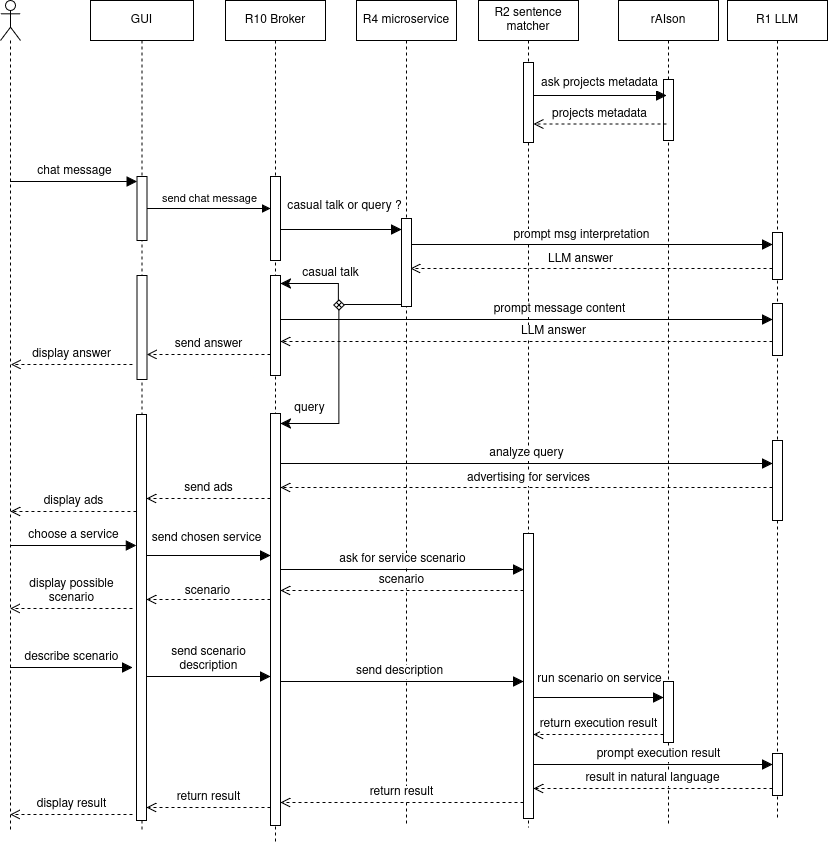
Earlier version of the draw.io export Sequence_AOSE.png (truite-codeuse/aose-2025). Source tidied: cells renumbered, new cells last; positions are measured from the earlier drawing's top-left corner, leaving out a move shared by most shapes.
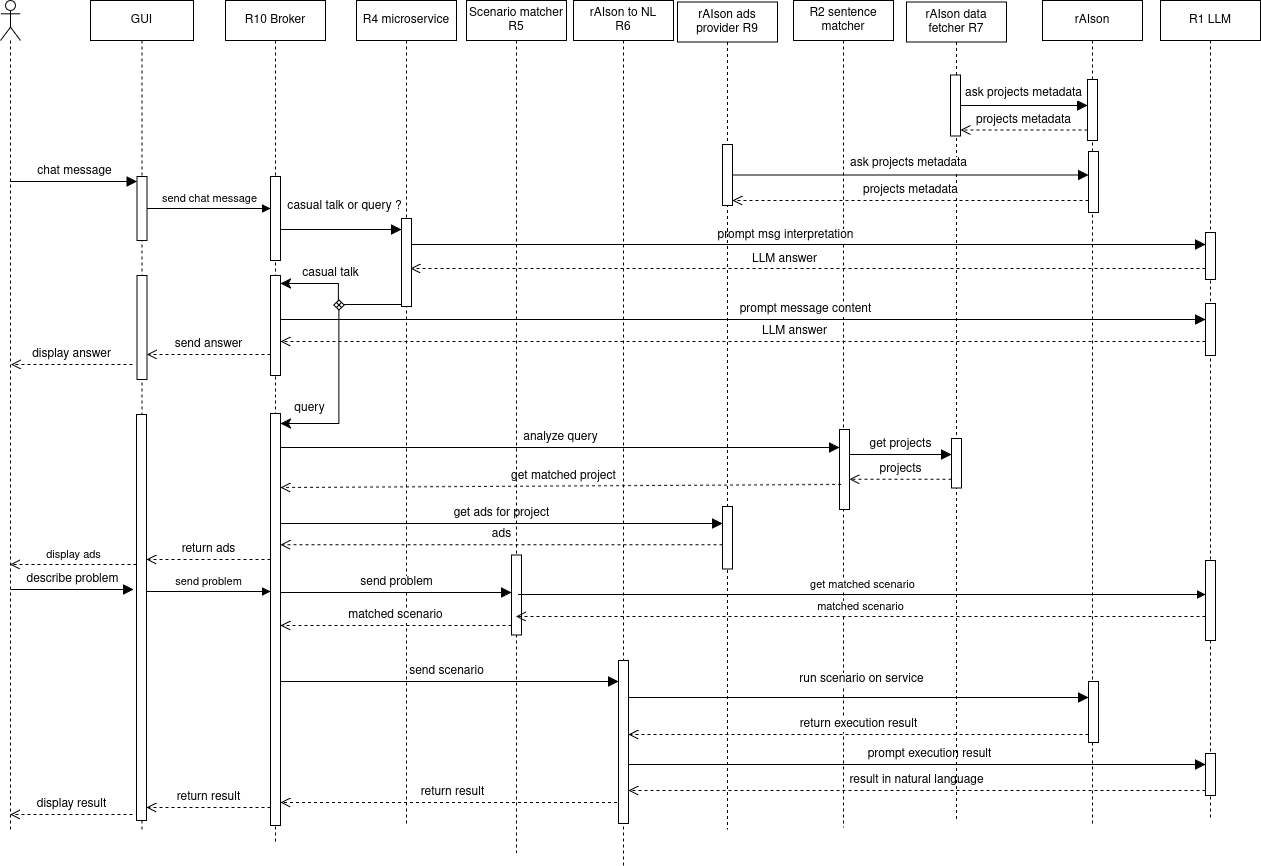
After the change.

Commit message:
doc(all): update to docs with missing R11 and diagram

Diff of the diagram source:
```diff
@@ -38,12 +38,9 @@
     <mxCell id="11" value="R2 sentence matcher" style="shape=umlLifeline;perimeter=lifelinePerimeter;whiteSpace=wrap;html=1;newEdgeStyle={&quot;curved&quot;:0,&quot;rounded&quot;:0};" parent="1" vertex="1">
-      <mxGeometry x="478" width="100" height="827" as="geometry" />
+      <mxGeometry x="793" width="100" height="827" as="geometry" />
     </mxCell>
-    <mxCell id="12" style="html=1;perimeter=orthogonalPerimeter;targetShapes=umlLifeline;newEdgeStyle={&quot;curved&quot;:0,&quot;rounded&quot;:0};" parent="11" vertex="1">
-      <mxGeometry x="45" y="62" width="10" height="80" as="geometry" />
-    </mxCell>
-    <mxCell id="13" style="html=1;points=[[0,0,0,0,5],[0,1,0,0,-5],[1,0,0,0,5],[1,1,0,0,-5]];perimeter=orthogonalPerimeter;outlineConnect=0;targetShapes=umlLifeline;portConstraint=eastwest;newEdgeStyle={&quot;curved&quot;:0,&quot;rounded&quot;:0};" parent="11" vertex="1">
-      <mxGeometry x="45" y="533" width="10" height="285" as="geometry" />
-    </mxCell>
+    <mxCell id="61" style="html=1;points=[[0,0,0,0,5],[0,1,0,0,-5],[1,0,0,0,5],[1,1,0,0,-5]];perimeter=orthogonalPerimeter;outlineConnect=0;targetShapes=umlLifeline;portConstraint=eastwest;newEdgeStyle={&quot;curved&quot;:0,&quot;rounded&quot;:0};" parent="11" vertex="1">
+      <mxGeometry x="46" y="429" width="10" height="80" as="geometry" />
+    </mxCell>
     <mxCell id="14" value="rAIson" style="shape=umlLifeline;perimeter=lifelinePerimeter;whiteSpace=wrap;html=1;newEdgeStyle={&quot;curved&quot;:0,&quot;rounded&quot;:0};" parent="1" vertex="1">
-      <mxGeometry x="618" width="100" height="825" as="geometry" />
+      <mxGeometry x="1042" width="100" height="825" as="geometry" />
     </mxCell>
@@ -53,9 +50,9 @@
     <mxCell id="16" style="html=1;points=[[0,0,0,0,5],[0,1,0,0,-5],[1,0,0,0,5],[1,1,0,0,-5]];perimeter=orthogonalPerimeter;outlineConnect=0;targetShapes=umlLifeline;portConstraint=eastwest;newEdgeStyle={&quot;curved&quot;:0,&quot;rounded&quot;:0};" parent="14" vertex="1">
-      <mxGeometry x="45" y="681" width="10" height="61" as="geometry" />
+      <mxGeometry x="46" y="681" width="10" height="61" as="geometry" />
     </mxCell>
+    <mxCell id="62" style="html=1;points=[[0,0,0,0,5],[0,1,0,0,-5],[1,0,0,0,5],[1,1,0,0,-5]];perimeter=orthogonalPerimeter;outlineConnect=0;targetShapes=umlLifeline;portConstraint=eastwest;newEdgeStyle={&quot;curved&quot;:0,&quot;rounded&quot;:0};" parent="14" vertex="1">
+      <mxGeometry x="46" y="151" width="10" height="61" as="geometry" />
+    </mxCell>
-    <mxCell id="17" value="ask projects metadata" style="html=1;verticalAlign=bottom;endArrow=block;curved=0;rounded=0;fontSize=12;startSize=8;endSize=8;" parent="1" edge="1">
-      <mxGeometry x="-0.01" y="2" relative="1" as="geometry">
-        <mxPoint x="533" y="95" as="sourcePoint" />
-        <mxPoint x="666" y="95" as="targetPoint" />
-      </mxGeometry>
+    <mxCell id="17" value="ask projects metadata" style="html=1;verticalAlign=bottom;endArrow=block;curved=0;rounded=0;fontSize=12;startSize=8;endSize=8;" parent="1" edge="1" source="65" target="15">
+      <mxGeometry x="-0.01" y="2" relative="1" as="geometry" />
     </mxCell>
@@ -63,4 +60,4 @@
       <mxGeometry relative="1" as="geometry">
-        <mxPoint x="666" y="123.5" as="sourcePoint" />
-        <mxPoint x="533" y="123.5" as="targetPoint" />
+        <mxPoint x="1087" y="129.5" as="sourcePoint" />
+        <mxPoint x="960" y="129.5" as="targetPoint" />
       </mxGeometry>
@@ -79,3 +76,3 @@
     <mxCell id="21" value="R1 LLM" style="shape=umlLifeline;perimeter=lifelinePerimeter;whiteSpace=wrap;html=1;newEdgeStyle={&quot;curved&quot;:0,&quot;rounded&quot;:0};" parent="1" vertex="1">
-      <mxGeometry x="727" width="100" height="820" as="geometry" />
+      <mxGeometry x="1160" width="100" height="820" as="geometry" />
     </mxCell>
@@ -90,5 +87,5 @@
     </mxCell>
-    <mxCell id="25" style="html=1;points=[[0,0,0,0,5],[0,1,0,0,-5],[1,0,0,0,5],[1,1,0,0,-5]];perimeter=orthogonalPerimeter;outlineConnect=0;targetShapes=umlLifeline;portConstraint=eastwest;newEdgeStyle={&quot;curved&quot;:0,&quot;rounded&quot;:0};" parent="21" vertex="1">
-      <mxGeometry x="45" y="440" width="10" height="80" as="geometry" />
-    </mxCell>
+    <mxCell id="63" style="html=1;perimeter=orthogonalPerimeter;targetShapes=umlLifeline;newEdgeStyle={&quot;curved&quot;:0,&quot;rounded&quot;:0};" parent="21" vertex="1">
+      <mxGeometry x="45" y="560" width="10" height="80" as="geometry" />
+    </mxCell>
     <mxCell id="26" value="prompt message content" style="html=1;verticalAlign=bottom;endArrow=block;curved=0;rounded=0;fontSize=12;startSize=8;endSize=8;" parent="1" edge="1" target="22">
@@ -128,8 +125,8 @@
     </mxCell>
-    <mxCell id="33" value="analyze query" style="html=1;verticalAlign=bottom;endArrow=block;curved=0;rounded=0;fontSize=12;startSize=8;endSize=8;" parent="1" edge="1" target="25">
+    <mxCell id="33" value="analyze query" style="html=1;verticalAlign=bottom;endArrow=block;curved=0;rounded=0;fontSize=12;startSize=8;endSize=8;" parent="1" edge="1" target="61">
       <mxGeometry relative="1" as="geometry">
-        <mxPoint x="280" y="463" as="sourcePoint" />
+        <mxPoint x="280" y="447" as="sourcePoint" />
       </mxGeometry>
     </mxCell>
-    <mxCell id="34" value="advertising for services" style="html=1;verticalAlign=bottom;endArrow=open;dashed=1;endSize=8;curved=0;rounded=0;fontSize=12;" parent="1" edge="1" source="25">
+    <mxCell id="34" value="get matched project" style="html=1;verticalAlign=bottom;endArrow=open;dashed=1;endSize=8;curved=0;rounded=0;fontSize=12;exitX=0.157;exitY=0.686;exitDx=0;exitDy=0;exitPerimeter=0;" parent="1" edge="1" source="61">
       <mxGeometry x="-0.01" y="1" relative="1" as="geometry">
@@ -138,23 +135,8 @@
     </mxCell>
-    <mxCell id="35" value="display ads" style="html=1;verticalAlign=bottom;endArrow=open;dashed=1;endSize=8;curved=0;rounded=0;fontSize=12;" parent="1" edge="1" source="5">
-      <mxGeometry relative="1" as="geometry">
-        <mxPoint x="9.8" y="511" as="targetPoint" />
-        <Array as="points">
-          <mxPoint x="74" y="511" />
-        </Array>
-      </mxGeometry>
-    </mxCell>
-    <mxCell id="36" value="choose a service" style="html=1;verticalAlign=bottom;endArrow=block;curved=0;rounded=0;fontSize=12;startSize=8;endSize=8;entryX=0;entryY=0.35;entryDx=0;entryDy=0;entryPerimeter=0;" parent="1" edge="1">
-      <mxGeometry relative="1" as="geometry">
-        <mxPoint x="9.5" y="545" as="sourcePoint" />
-        <mxPoint x="136" y="545.1" as="targetPoint" />
-        <Array as="points">
-          <mxPoint x="79" y="545" />
-        </Array>
-      </mxGeometry>
-    </mxCell>
-    <mxCell id="37" value="ask for service scenario" style="html=1;verticalAlign=bottom;endArrow=block;curved=0;rounded=0;fontSize=12;startSize=8;endSize=8;" parent="1" edge="1" source="53" target="13">
+    <mxCell id="37" value="send problem" style="html=1;verticalAlign=bottom;endArrow=block;curved=0;rounded=0;fontSize=12;startSize=8;endSize=8;" parent="1" edge="1">
       <mxGeometry relative="1" as="geometry">
+        <mxPoint x="280" y="592" as="sourcePoint" />
+        <mxPoint x="511" y="592" as="targetPoint" />
         <Array as="points">
-          <mxPoint x="422" y="569" />
+          <mxPoint x="438" y="592" />
         </Array>
@@ -162,6 +144,8 @@
     </mxCell>
-    <mxCell id="38" value="scenario" style="html=1;verticalAlign=bottom;endArrow=open;dashed=1;endSize=8;curved=0;rounded=0;fontSize=12;" parent="1" edge="1" source="13" target="53">
+    <mxCell id="38" value="matched scenario" style="html=1;verticalAlign=bottom;endArrow=open;dashed=1;endSize=8;curved=0;rounded=0;fontSize=12;" parent="1" edge="1">
       <mxGeometry relative="1" as="geometry">
+        <mxPoint x="511" y="625" as="sourcePoint" />
+        <mxPoint x="280" y="625" as="targetPoint" />
         <Array as="points">
-          <mxPoint x="416" y="590" />
+          <mxPoint x="416" y="625" />
         </Array>
@@ -169,17 +153,8 @@
     </mxCell>
-    <mxCell id="39" value="display possible&lt;br&gt;scenario" style="html=1;verticalAlign=bottom;endArrow=open;dashed=1;endSize=8;curved=0;rounded=0;fontSize=12;" parent="1" edge="1">
-      <mxGeometry relative="1" as="geometry">
-        <mxPoint x="132" y="608" as="sourcePoint" />
-        <mxPoint x="9.5" y="608" as="targetPoint" />
-        <Array as="points">
-          <mxPoint x="71" y="608" />
-        </Array>
-      </mxGeometry>
-    </mxCell>
-    <mxCell id="40" value="describe scenario" style="html=1;verticalAlign=bottom;endArrow=block;curved=0;rounded=0;fontSize=12;startSize=8;endSize=8;" parent="1" edge="1">
+    <mxCell id="40" value="describe problem" style="html=1;verticalAlign=bottom;endArrow=block;curved=0;rounded=0;fontSize=12;startSize=8;endSize=8;" parent="1" edge="1">
       <mxGeometry relative="1" as="geometry">
-        <mxPoint x="9.5" y="667" as="sourcePoint" />
-        <mxPoint x="132" y="667" as="targetPoint" />
+        <mxPoint x="10.5" y="589" as="sourcePoint" />
+        <mxPoint x="133" y="589" as="targetPoint" />
         <Array as="points">
-          <mxPoint x="74" y="667" />
+          <mxPoint x="75" y="589" />
         </Array>
@@ -187,3 +162,3 @@
     </mxCell>
-    <mxCell id="41" value="send description" style="html=1;verticalAlign=bottom;endArrow=block;curved=0;rounded=0;fontSize=12;startSize=8;endSize=8;" parent="1" edge="1" target="13">
+    <mxCell id="41" value="send scenario" style="html=1;verticalAlign=bottom;endArrow=block;curved=0;rounded=0;fontSize=12;startSize=8;endSize=8;" parent="1" edge="1" target="79">
       <mxGeometry relative="1" as="geometry">
@@ -195,6 +170,6 @@
     </mxCell>
-    <mxCell id="42" value="run scenario on service" style="html=1;verticalAlign=bottom;endArrow=block;curved=0;rounded=0;fontSize=12;startSize=8;endSize=8;" parent="1" edge="1" source="13" target="16">
+    <mxCell id="42" value="run scenario on service" style="html=1;verticalAlign=bottom;endArrow=block;curved=0;rounded=0;fontSize=12;startSize=8;endSize=8;" parent="1" edge="1" source="78" target="16">
       <mxGeometry x="0.02" y="8" relative="1" as="geometry">
         <Array as="points">
-          <mxPoint x="641" y="697" />
+          <mxPoint x="957" y="697" />
         </Array>
@@ -202,6 +177,6 @@
     </mxCell>
-    <mxCell id="43" value="return execution result" style="html=1;verticalAlign=bottom;endArrow=open;dashed=1;endSize=8;curved=0;rounded=0;fontSize=12;" parent="1" edge="1" source="16" target="13">
+    <mxCell id="43" value="return execution result" style="html=1;verticalAlign=bottom;endArrow=open;dashed=1;endSize=8;curved=0;rounded=0;fontSize=12;" parent="1" edge="1" source="16" target="79">
       <mxGeometry relative="1" as="geometry">
         <Array as="points">
-          <mxPoint x="635" y="734" />
+          <mxPoint x="951" y="734" />
         </Array>
@@ -209,3 +184,3 @@
     </mxCell>
-    <mxCell id="44" value="return result" style="html=1;verticalAlign=bottom;endArrow=open;dashed=1;endSize=8;curved=0;rounded=0;fontSize=12;" parent="1" edge="1" source="13" target="53">
+    <mxCell id="44" value="return result" style="html=1;verticalAlign=bottom;endArrow=open;dashed=1;endSize=8;curved=0;rounded=0;fontSize=12;" parent="1" edge="1" source="78" target="53">
       <mxGeometry relative="1" as="geometry">
@@ -237,6 +212,6 @@
     </mxCell>
-    <mxCell id="48" value="prompt execution result" style="html=1;verticalAlign=bottom;endArrow=block;curved=0;rounded=0;fontSize=12;startSize=8;endSize=8;" parent="1" edge="1" source="13" target="24">
+    <mxCell id="48" value="prompt execution result" style="html=1;verticalAlign=bottom;endArrow=block;curved=0;rounded=0;fontSize=12;startSize=8;endSize=8;" parent="1" edge="1" source="79" target="24">
       <mxGeometry x="0.04" relative="1" as="geometry">
         <Array as="points">
-          <mxPoint x="735" y="764" />
+          <mxPoint x="1051" y="764" />
         </Array>
@@ -244,7 +219,4 @@
     </mxCell>
-    <mxCell id="49" value="result in natural language" style="html=1;verticalAlign=bottom;endArrow=open;dashed=1;endSize=8;curved=0;rounded=0;fontSize=12;" parent="1" edge="1">
-      <mxGeometry relative="1" as="geometry">
-        <mxPoint x="772" y="788" as="sourcePoint" />
-        <mxPoint x="533" y="788" as="targetPoint" />
-      </mxGeometry>
+    <mxCell id="49" value="result in natural language" style="html=1;verticalAlign=bottom;endArrow=open;dashed=1;endSize=8;curved=0;rounded=0;fontSize=12;exitX=0;exitY=1;exitDx=0;exitDy=-5;exitPerimeter=0;" parent="1" edge="1" source="24" target="79">
+      <mxGeometry relative="1" as="geometry" />
     </mxCell>
@@ -271,6 +243,63 @@
     </mxCell>
+    <mxCell id="60" value="return result" style="html=1;verticalAlign=bottom;endArrow=open;dashed=1;endSize=8;curved=0;rounded=0;fontSize=12;" parent="1" edge="1">
+      <mxGeometry relative="1" as="geometry">
+        <mxPoint x="270" y="807" as="sourcePoint" />
+        <mxPoint x="146" y="807" as="targetPoint" />
+        <Array as="points">
+          <mxPoint x="254.5" y="807" />
+        </Array>
+      </mxGeometry>
+    </mxCell>
+    <mxCell id="64" value="rAIson data&lt;br&gt;fetcher R7" style="shape=umlLifeline;perimeter=lifelinePerimeter;whiteSpace=wrap;html=1;newEdgeStyle={&quot;curved&quot;:0,&quot;rounded&quot;:0};" parent="1" vertex="1">
+      <mxGeometry x="906" y="1.5" width="100" height="817" as="geometry" />
+    </mxCell>
+    <mxCell id="65" style="html=1;points=[[0,0,0,0,5],[0,1,0,0,-5],[1,0,0,0,5],[1,1,0,0,-5]];perimeter=orthogonalPerimeter;outlineConnect=0;targetShapes=umlLifeline;portConstraint=eastwest;newEdgeStyle={&quot;curved&quot;:0,&quot;rounded&quot;:0};" parent="64" vertex="1">
+      <mxGeometry x="44" y="73" width="10" height="61" as="geometry" />
+    </mxCell>
+    <mxCell id="66" style="html=1;perimeter=orthogonalPerimeter;targetShapes=umlLifeline;newEdgeStyle={&quot;curved&quot;:0,&quot;rounded&quot;:0};" parent="64" vertex="1">
+      <mxGeometry x="45" y="436.5" width="10" height="49.5" as="geometry" />
+    </mxCell>
+    <mxCell id="67" value="get projects" style="html=1;verticalAlign=bottom;endArrow=block;curved=0;rounded=0;fontSize=12;startSize=8;endSize=8;" parent="1" edge="1">
+      <mxGeometry relative="1" as="geometry">
+        <mxPoint x="849" y="454" as="sourcePoint" />
+        <mxPoint x="951" y="454" as="targetPoint" />
+      </mxGeometry>
+    </mxCell>
+    <mxCell id="68" value="projects" style="html=1;verticalAlign=bottom;endArrow=open;dashed=1;endSize=8;curved=0;rounded=0;fontSize=12;" parent="1" edge="1">
+      <mxGeometry relative="1" as="geometry">
+        <mxPoint x="951" y="478.8" as="sourcePoint" />
+        <mxPoint x="849" y="478.8" as="targetPoint" />
+      </mxGeometry>
+    </mxCell>
+    <mxCell id="69" value="rAIson ads&lt;br&gt;provider R9" style="shape=umlLifeline;perimeter=lifelinePerimeter;whiteSpace=wrap;html=1;newEdgeStyle={&quot;curved&quot;:0,&quot;rounded&quot;:0};" parent="1" vertex="1">
+      <mxGeometry x="677" y="1.5" width="100" height="827.5" as="geometry" />
+    </mxCell>
+    <mxCell id="70" style="html=1;perimeter=orthogonalPerimeter;targetShapes=umlLifeline;newEdgeStyle={&quot;curved&quot;:0,&quot;rounded&quot;:0};" parent="69" vertex="1">
+      <mxGeometry x="45" y="504.5" width="10" height="62.5" as="geometry" />
+    </mxCell>
+    <mxCell id="71" style="html=1;points=[[0,0,0,0,5],[0,1,0,0,-5],[1,0,0,0,5],[1,1,0,0,-5]];perimeter=orthogonalPerimeter;outlineConnect=0;targetShapes=umlLifeline;portConstraint=eastwest;newEdgeStyle={&quot;curved&quot;:0,&quot;rounded&quot;:0};" parent="69" vertex="1">
+      <mxGeometry x="45" y="142.5" width="10" height="61" as="geometry" />
+    </mxCell>
+    <mxCell id="72" value="ask projects metadata" style="html=1;verticalAlign=bottom;endArrow=block;curved=0;rounded=0;fontSize=12;startSize=8;endSize=8;" parent="1" edge="1" source="71" target="62">
+      <mxGeometry x="-0.01" y="2" relative="1" as="geometry" />
+    </mxCell>
+    <mxCell id="73" value="projects metadata" style="html=1;verticalAlign=bottom;endArrow=open;dashed=1;endSize=8;curved=0;rounded=0;fontSize=12;entryX=1;entryY=1;entryDx=0;entryDy=-5;entryPerimeter=0;" parent="1" edge="1" source="62" target="71">
+      <mxGeometry relative="1" as="geometry" />
+    </mxCell>
+    <mxCell id="74" value="get ads for project" style="html=1;verticalAlign=bottom;endArrow=block;curved=0;rounded=0;fontSize=12;startSize=8;endSize=8;" parent="1" edge="1">
+      <mxGeometry relative="1" as="geometry">
+        <mxPoint x="280" y="523" as="sourcePoint" />
+        <mxPoint x="722" y="523" as="targetPoint" />
+      </mxGeometry>
+    </mxCell>
+    <mxCell id="75" value="ads" style="html=1;verticalAlign=bottom;endArrow=open;dashed=1;endSize=8;curved=0;rounded=0;fontSize=12;" parent="1" edge="1">
+      <mxGeometry relative="1" as="geometry">
+        <mxPoint x="722" y="544.2" as="sourcePoint" />
+        <mxPoint x="280" y="544.2" as="targetPoint" />
+      </mxGeometry>
+    </mxCell>
-    <mxCell id="56" value="send ads" style="html=1;verticalAlign=bottom;endArrow=open;dashed=1;endSize=8;curved=0;rounded=0;fontSize=12;" parent="1" edge="1" source="53" target="5">
+    <mxCell id="56" value="return ads" style="html=1;verticalAlign=bottom;endArrow=open;dashed=1;endSize=8;curved=0;rounded=0;fontSize=12;" parent="1" edge="1" source="53" target="5">
       <mxGeometry relative="1" as="geometry">
         <Array as="points">
-          <mxPoint x="203" y="498" />
+          <mxPoint x="210" y="559" />
         </Array>
@@ -278,6 +307,39 @@
     </mxCell>
+    <mxCell id="76" value="Scenario matcher&lt;br&gt;R5" style="shape=umlLifeline;perimeter=lifelinePerimeter;whiteSpace=wrap;html=1;newEdgeStyle={&quot;curved&quot;:0,&quot;rounded&quot;:0};" parent="1" vertex="1">
+      <mxGeometry x="466" width="100" height="852.5" as="geometry" />
+    </mxCell>
+    <mxCell id="77" style="html=1;perimeter=orthogonalPerimeter;targetShapes=umlLifeline;newEdgeStyle={&quot;curved&quot;:0,&quot;rounded&quot;:0};" parent="76" vertex="1">
+      <mxGeometry x="45" y="554.5" width="10" height="80" as="geometry" />
+    </mxCell>
+    <mxCell id="78" value="rAIson to NL&lt;br&gt;R6" style="shape=umlLifeline;perimeter=lifelinePerimeter;whiteSpace=wrap;html=1;outlineConnect=0;portConstraint=eastwest;newEdgeStyle={&quot;curved&quot;:0,&quot;rounded&quot;:0};" parent="1" vertex="1">
+      <mxGeometry x="573" width="100" height="865" as="geometry" />
+    </mxCell>
+    <mxCell id="79" style="html=1;points=[[0,0,0,0,5],[0,1,0,0,-5],[1,0,0,0,5],[1,1,0,0,-5]];perimeter=orthogonalPerimeter;outlineConnect=0;targetShapes=umlLifeline;portConstraint=eastwest;newEdgeStyle={&quot;curved&quot;:0,&quot;rounded&quot;:0};" parent="78" vertex="1">
+      <mxGeometry x="45" y="660" width="10" height="163" as="geometry" />
+    </mxCell>
+    <mxCell id="80" value="get matched scenario" style="html=1;verticalAlign=bottom;endArrow=block;curved=0;rounded=0;" parent="1" edge="1">
+      <mxGeometry relative="1" as="geometry">
+        <mxPoint x="518" y="594" as="sourcePoint" />
+        <mxPoint x="1205" y="594" as="targetPoint" />
+        <Array as="points">
+          <mxPoint x="885" y="594" />
+        </Array>
+      </mxGeometry>
+    </mxCell>
+    <mxCell id="81" value="matched scenario" style="html=1;verticalAlign=bottom;endArrow=open;dashed=1;endSize=8;curved=0;rounded=0;" parent="1" edge="1">
+      <mxGeometry relative="1" as="geometry">
+        <mxPoint x="1205" y="616" as="sourcePoint" />
+        <mxPoint x="515.5" y="616" as="targetPoint" />
+      </mxGeometry>
+    </mxCell>
+    <mxCell id="35" value="display ads" style="html=1;verticalAlign=bottom;endArrow=open;dashed=1;endSize=8;curved=0;rounded=0;" parent="1" edge="1">
+      <mxGeometry relative="1" as="geometry">
+        <mxPoint x="136" y="564" as="sourcePoint" />
+        <mxPoint x="9.5" y="564" as="targetPoint" />
+      </mxGeometry>
+    </mxCell>
-    <mxCell id="57" value="send chosen service" style="html=1;verticalAlign=bottom;endArrow=block;curved=0;rounded=0;fontSize=12;startSize=8;endSize=8;" parent="1" edge="1" source="5" target="53">
-      <mxGeometry x="-0.03" y="7" relative="1" as="geometry">
+    <mxCell id="57" value="send problem" style="html=1;verticalAlign=bottom;endArrow=block;curved=0;rounded=0;" parent="1" edge="1" source="5" target="53">
+      <mxGeometry relative="1" as="geometry">
         <Array as="points">
-          <mxPoint x="219.4" y="555" />
+          <mxPoint x="214" y="591" />
         </Array>
@@ -285,29 +347,2 @@
     </mxCell>
-    <mxCell id="58" value="scenario" style="html=1;verticalAlign=bottom;endArrow=open;dashed=1;endSize=8;curved=0;rounded=0;fontSize=12;" parent="1" edge="1">
-      <mxGeometry x="0.02" y="2" relative="1" as="geometry">
-        <mxPoint x="270" y="599" as="sourcePoint" />
-        <mxPoint x="146" y="599" as="targetPoint" />
-        <Array as="points">
-          <mxPoint x="253" y="599" />
-        </Array>
-      </mxGeometry>
-    </mxCell>
-    <mxCell id="59" value="send scenario&lt;br&gt;description" style="html=1;verticalAlign=bottom;endArrow=block;curved=0;rounded=0;fontSize=12;startSize=8;endSize=8;" parent="1" edge="1">
-      <mxGeometry relative="1" as="geometry">
-        <mxPoint x="146" y="676" as="sourcePoint" />
-        <mxPoint x="270" y="676" as="targetPoint" />
-        <Array as="points">
-          <mxPoint x="227.2" y="676" />
-        </Array>
-      </mxGeometry>
-    </mxCell>
-    <mxCell id="60" value="return result" style="html=1;verticalAlign=bottom;endArrow=open;dashed=1;endSize=8;curved=0;rounded=0;fontSize=12;" parent="1" edge="1">
-      <mxGeometry relative="1" as="geometry">
-        <mxPoint x="270" y="807" as="sourcePoint" />
-        <mxPoint x="146" y="807" as="targetPoint" />
-        <Array as="points">
-          <mxPoint x="254.5" y="807" />
-        </Array>
-      </mxGeometry>
-    </mxCell>
   </root>
```
